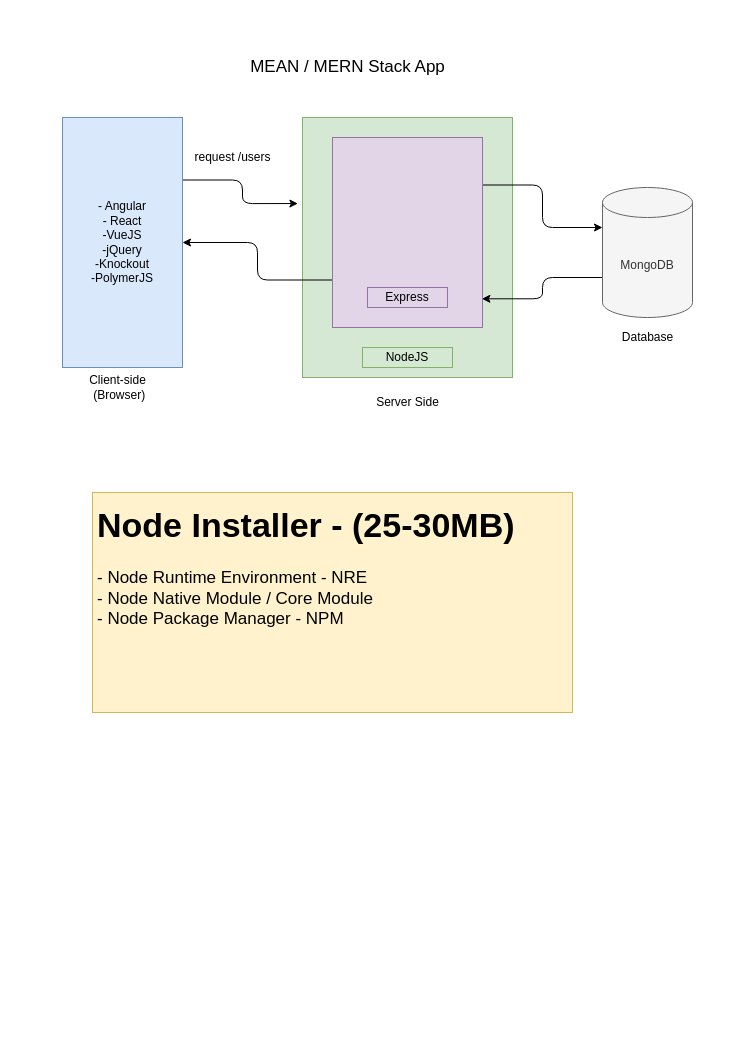
This is page "Page-3" (3 of 7) of node-training-reference.drawio from synergy2411/vodafone-node, a draw.io file, before an edit. Source tidied: cells renumbered, new cells numbered last; positions are measured from the earlier drawing's top-left corner, leaving out a move shared by most shapes. Both pictures are drawn from the tidied source at 100%, with x=0, y=0 at pixel (62, 52).
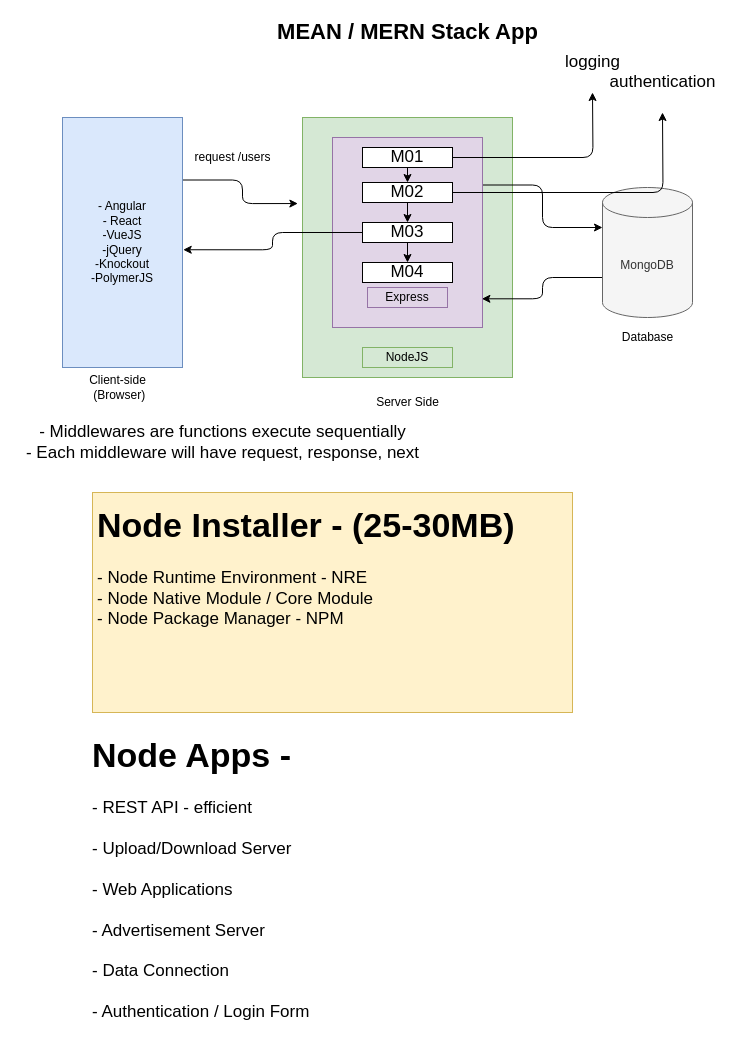
After the change.

Unchanged cells that the change refers to:
```xml
<mxCell id="3" value="- Angular&lt;br&gt;- React&lt;br&gt;-VueJS&lt;br&gt;-jQuery&lt;br&gt;-Knockout&lt;br&gt;-PolymerJS" style="rounded=0;whiteSpace=wrap;html=1;sketch=0;fillColor=#dae8fc;strokeColor=#6c8ebf;" parent="1" vertex="1">
  <mxGeometry y="65" width="120" height="250" as="geometry" />
</mxCell>
<mxCell id="10" style="rounded=0;whiteSpace=wrap;html=1;sketch=0;fillColor=#e1d5e7;strokeColor=#9673a6;" parent="1" vertex="1">
  <mxGeometry x="270" y="85" width="150" height="190" as="geometry" />
</mxCell>
```

Change to the diagram source:
```diff
@@
-    <mxCell id="9" style="edgeStyle=orthogonalEdgeStyle;curved=0;rounded=1;sketch=0;jettySize=auto;html=1;exitX=0;exitY=0.75;exitDx=0;exitDy=0;" parent="1" edge="1" source="10" target="3">
-      <mxGeometry relative="1" as="geometry" />
-    </mxCell>
@@
-    <mxCell id="16" value="MEAN / MERN Stack App" style="text;html=1;align=center;verticalAlign=middle;strokeColor=none;fontSize=17;" parent="1" vertex="1">
-      <mxGeometry x="180" width="210" height="30" as="geometry" />
+    <mxCell id="16" value="MEAN / MERN Stack App" style="text;html=1;align=center;verticalAlign=middle;strokeColor=none;fontSize=22;fontStyle=1;" parent="1" vertex="1">
+      <mxGeometry x="205" y="-35" width="280" height="30" as="geometry" />
     </mxCell>
@@
+    <mxCell id="18" style="edgeStyle=orthogonalEdgeStyle;curved=0;rounded=1;sketch=0;jettySize=auto;html=1;exitX=0.5;exitY=1;exitDx=0;exitDy=0;entryX=0.5;entryY=0;entryDx=0;entryDy=0;fontSize=17;" parent="1" edge="1" source="20" target="23">
+      <mxGeometry relative="1" as="geometry" />
+    </mxCell>
+    <mxCell id="19" style="edgeStyle=orthogonalEdgeStyle;curved=0;rounded=1;sketch=0;jettySize=auto;html=1;fontSize=17;" parent="1" edge="1" source="20">
+      <mxGeometry relative="1" as="geometry">
+        <mxPoint x="530" y="40" as="targetPoint" />
+      </mxGeometry>
+    </mxCell>
+    <mxCell id="20" value="M01" style="rounded=0;whiteSpace=wrap;html=1;sketch=0;fontSize=17;" parent="1" vertex="1">
+      <mxGeometry x="300" y="95" width="90" height="20" as="geometry" />
+    </mxCell>
+    <mxCell id="21" style="edgeStyle=orthogonalEdgeStyle;curved=0;rounded=1;sketch=0;jettySize=auto;html=1;exitX=0.5;exitY=1;exitDx=0;exitDy=0;entryX=0.5;entryY=0;entryDx=0;entryDy=0;fontSize=17;" parent="1" edge="1" source="23" target="26">
+      <mxGeometry relative="1" as="geometry" />
+    </mxCell>
+    <mxCell id="22" style="edgeStyle=orthogonalEdgeStyle;curved=0;rounded=1;sketch=0;jettySize=auto;html=1;exitX=1;exitY=0.5;exitDx=0;exitDy=0;fontSize=17;" parent="1" edge="1" source="23">
+      <mxGeometry relative="1" as="geometry">
+        <mxPoint x="600" y="60" as="targetPoint" />
+      </mxGeometry>
+    </mxCell>
+    <mxCell id="23" value="M02" style="rounded=0;whiteSpace=wrap;html=1;sketch=0;fontSize=17;" parent="1" vertex="1">
+      <mxGeometry x="300" y="130" width="90" height="20" as="geometry" />
+    </mxCell>
+    <mxCell id="24" style="edgeStyle=orthogonalEdgeStyle;curved=0;rounded=1;sketch=0;jettySize=auto;html=1;exitX=0.5;exitY=1;exitDx=0;exitDy=0;entryX=0.5;entryY=0;entryDx=0;entryDy=0;fontSize=17;" parent="1" edge="1" source="26" target="27">
+      <mxGeometry relative="1" as="geometry" />
+    </mxCell>
+    <mxCell id="25" style="edgeStyle=orthogonalEdgeStyle;curved=0;rounded=1;sketch=0;jettySize=auto;html=1;exitX=0;exitY=0.5;exitDx=0;exitDy=0;entryX=1.006;entryY=0.529;entryDx=0;entryDy=0;entryPerimeter=0;fontSize=17;" parent="1" edge="1" source="26" target="3">
+      <mxGeometry relative="1" as="geometry" />
+    </mxCell>
+    <mxCell id="26" value="M03" style="rounded=0;whiteSpace=wrap;html=1;sketch=0;fontSize=17;" parent="1" vertex="1">
+      <mxGeometry x="300" y="170" width="90" height="20" as="geometry" />
+    </mxCell>
+    <mxCell id="27" value="M04" style="rounded=0;whiteSpace=wrap;html=1;sketch=0;fontSize=17;" parent="1" vertex="1">
+      <mxGeometry x="300" y="210" width="90" height="20" as="geometry" />
+    </mxCell>
+    <mxCell id="28" value="- Middlewares are functions execute sequentially&lt;br&gt;- Each middleware will have request, response, next" style="text;html=1;align=center;verticalAlign=middle;strokeColor=none;fontSize=17;" parent="1" vertex="1">
+      <mxGeometry x="-45" y="365" width="410" height="50" as="geometry" />
+    </mxCell>
+    <mxCell id="29" value="logging" style="text;html=1;align=center;verticalAlign=middle;strokeColor=none;fontSize=17;" parent="1" vertex="1">
+      <mxGeometry x="495" y="-5" width="70" height="30" as="geometry" />
+    </mxCell>
+    <mxCell id="30" value="authentication" style="text;html=1;align=center;verticalAlign=middle;strokeColor=none;fontSize=17;" parent="1" vertex="1">
+      <mxGeometry x="540" y="15" width="120" height="30" as="geometry" />
+    </mxCell>
+    <mxCell id="31" value="&lt;h1&gt;Node Apps -&lt;/h1&gt;&lt;div&gt;- REST API - efficient&lt;/div&gt;&lt;div&gt;&lt;br&gt;&lt;/div&gt;&lt;div&gt;- Upload/Download Server&lt;/div&gt;&lt;div&gt;&lt;br&gt;&lt;/div&gt;&lt;div&gt;- Web Applications&lt;/div&gt;&lt;div&gt;&lt;br&gt;&lt;/div&gt;&lt;div&gt;- Advertisement Server&lt;/div&gt;&lt;div&gt;&lt;br&gt;&lt;/div&gt;&lt;div&gt;- Data Connection&lt;/div&gt;&lt;div&gt;&lt;br&gt;&lt;/div&gt;&lt;div&gt;- Authentication / Login Form&lt;/div&gt;" style="text;html=1;strokeColor=none;fillColor=none;spacing=5;spacingTop=-20;whiteSpace=wrap;overflow=hidden;rounded=0;sketch=0;fontSize=17;" parent="1" vertex="1">
+      <mxGeometry x="25" y="670" width="480" height="320" as="geometry" />
+    </mxCell>
```
